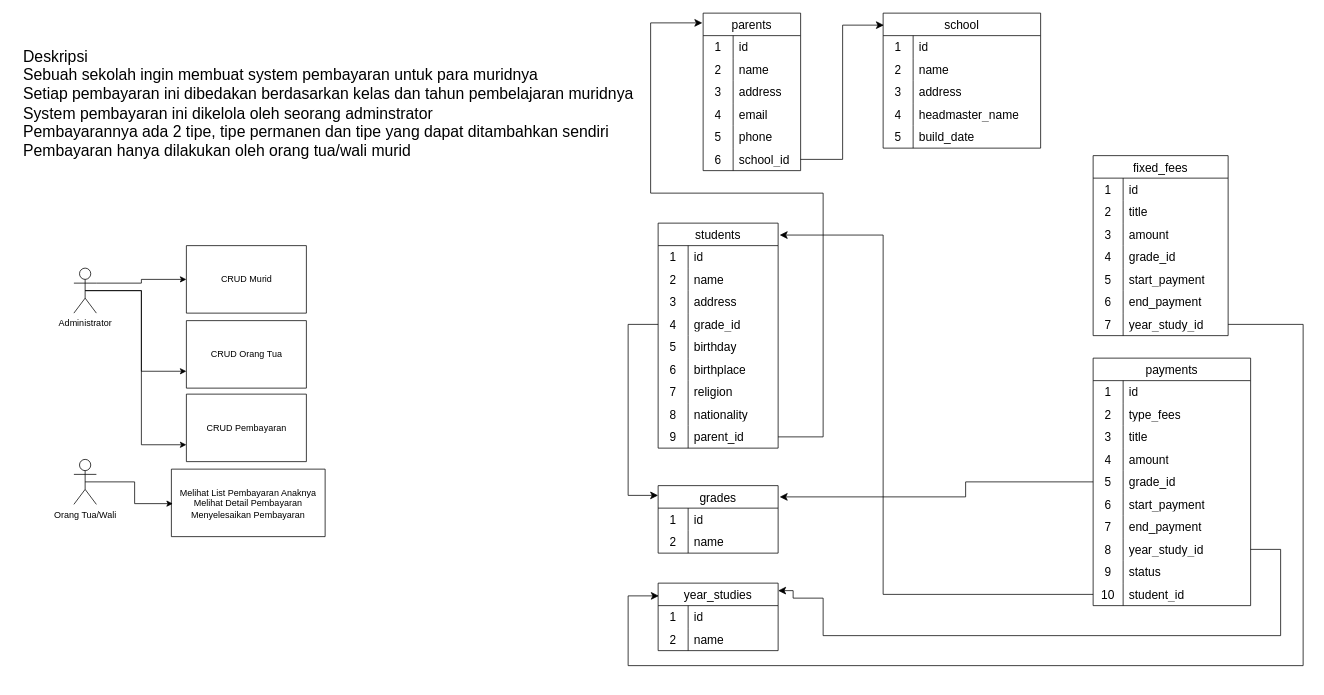
Before: school_plan_payment.drawio in hdinjos/hdinjos, a draw.io diagram. Source tidied: cells renumbered, new cells numbered last; positions are measured from the earlier drawing's top-left corner, leaving out a move shared by most shapes. Both pictures are drawn from the tidied source at 75%, with x=0, y=0 at pixel (13, 13).
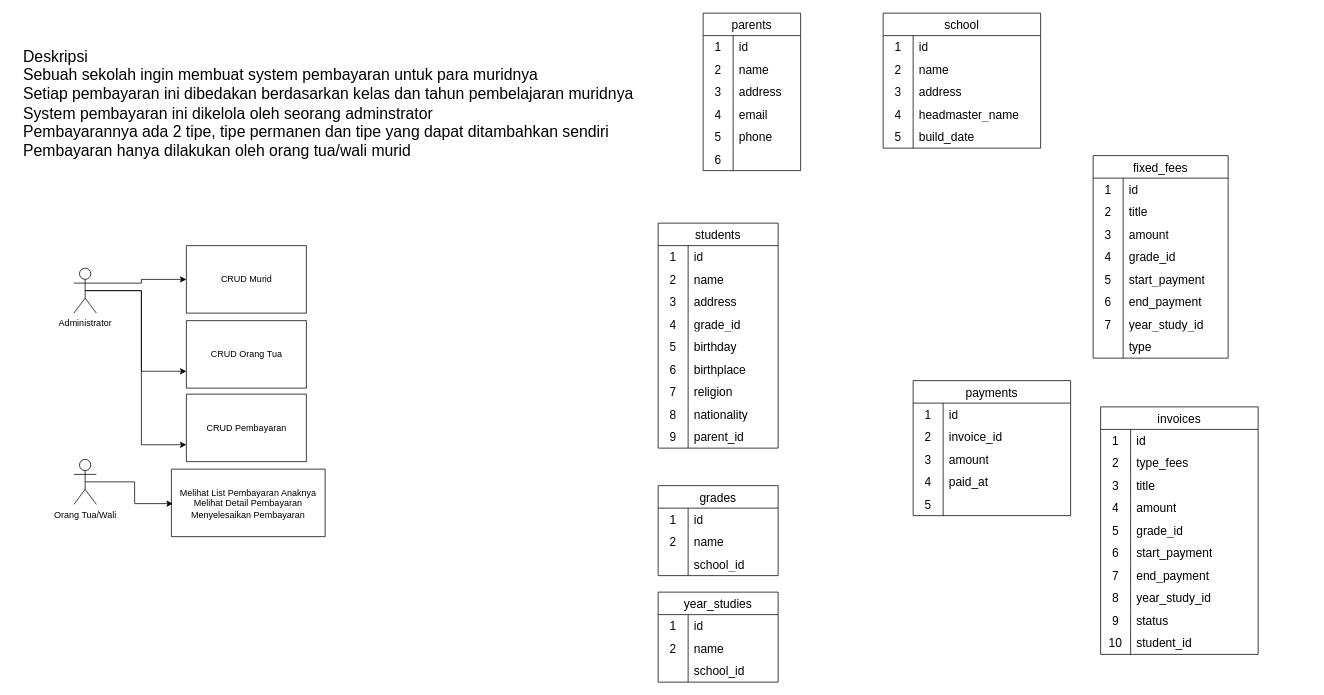
Above is the later version.

Unchanged cells that the change refers to:
```xml
<mxCell id="2" value="school" style="shape=table;startSize=30;childLayout=tableLayout;rowLines=0;fontStyle=0;strokeColor=default;fontSize=16;" parent="1" vertex="1">
  <mxGeometry x="1160" width="210" height="180" as="geometry" />
</mxCell>
<mxCell id="18" value="parents" style="shape=table;startSize=30;childLayout=tableLayout;rowLines=0;fontStyle=0;strokeColor=default;fontSize=16;" parent="1" vertex="1">
  <mxGeometry x="920" width="130" height="210" as="geometry" />
</mxCell>
<mxCell id="34" style="shape=tableRow;horizontal=0;startSize=0;swimlaneHead=0;swimlaneBody=0;top=0;left=0;bottom=0;right=0;fillColor=none;points=[[0,0.5],[1,0.5]];portConstraint=eastwest;strokeColor=inherit;fontSize=16;" parent="18" vertex="1">
  <mxGeometry y="180" width="130" height="30" as="geometry" />
</mxCell>
<mxCell id="37" value="students" style="shape=table;startSize=30;childLayout=tableLayout;rowLines=0;fontStyle=0;strokeColor=default;fontSize=16;" parent="1" vertex="1">
  <mxGeometry x="860" y="280" width="160" height="300" as="geometry" />
</mxCell>
<mxCell id="47" style="shape=tableRow;horizontal=0;startSize=0;swimlaneHead=0;swimlaneBody=0;top=0;left=0;bottom=0;right=0;fillColor=none;points=[[0,0.5],[1,0.5]];portConstraint=eastwest;strokeColor=inherit;fontSize=16;" parent="37" vertex="1">
  <mxGeometry y="120" width="160" height="30" as="geometry" />
</mxCell>
<mxCell id="62" style="shape=tableRow;horizontal=0;startSize=0;swimlaneHead=0;swimlaneBody=0;top=0;left=0;bottom=0;right=0;fillColor=none;points=[[0,0.5],[1,0.5]];portConstraint=eastwest;strokeColor=inherit;fontSize=16;" parent="37" vertex="1">
  <mxGeometry y="270" width="160" height="30" as="geometry" />
</mxCell>
<mxCell id="84" style="shape=tableRow;horizontal=0;startSize=0;swimlaneHead=0;swimlaneBody=0;top=0;left=0;bottom=0;right=0;fillColor=none;points=[[0,0.5],[1,0.5]];portConstraint=eastwest;strokeColor=inherit;fontSize=16;" parent="65" vertex="1">
  <mxGeometry y="210" width="180" height="30" as="geometry" />
</mxCell>
<mxCell id="107" style="shape=tableRow;horizontal=0;startSize=0;swimlaneHead=0;swimlaneBody=0;top=0;left=0;bottom=0;right=0;fillColor=none;points=[[0,0.5],[1,0.5]];portConstraint=eastwest;strokeColor=inherit;fontSize=16;" parent="94" vertex="1">
  <mxGeometry y="150" width="210" height="30" as="geometry" />
</mxCell>
<mxCell id="116" style="shape=tableRow;horizontal=0;startSize=0;swimlaneHead=0;swimlaneBody=0;top=0;left=0;bottom=0;right=0;fillColor=none;points=[[0,0.5],[1,0.5]];portConstraint=eastwest;strokeColor=inherit;fontSize=16;" parent="94" vertex="1">
  <mxGeometry y="240" width="210" height="30" as="geometry" />
</mxCell>
<mxCell id="122" style="shape=tableRow;horizontal=0;startSize=0;swimlaneHead=0;swimlaneBody=0;top=0;left=0;bottom=0;right=0;fillColor=none;points=[[0,0.5],[1,0.5]];portConstraint=eastwest;strokeColor=inherit;fontSize=16;" parent="94" vertex="1">
  <mxGeometry y="300" width="210" height="30" as="geometry" />
</mxCell>
```

What changed in the source:
```diff
@@
-    <mxCell id="36" value="school_id" style="shape=partialRectangle;html=1;whiteSpace=wrap;fillColor=none;top=0;left=0;bottom=0;right=0;align=left;spacingLeft=6;overflow=hidden;strokeColor=inherit;fontSize=16;" parent="34" vertex="1">
+    <mxCell id="36" style="shape=partialRectangle;html=1;whiteSpace=wrap;fillColor=none;top=0;left=0;bottom=0;right=0;align=left;spacingLeft=6;overflow=hidden;strokeColor=inherit;fontSize=16;" parent="34" vertex="1">
       <mxGeometry x="40" width="90" height="30" as="geometry" />
     </mxCell>
@@
     <mxCell id="65" value="fixed_fees" style="shape=table;startSize=30;childLayout=tableLayout;rowLines=0;fontStyle=0;strokeColor=default;fontSize=16;" parent="1" vertex="1">
-      <mxGeometry x="1440" y="190" width="180" height="240" as="geometry" />
+      <mxGeometry x="1440" y="190" width="180" height="270" as="geometry" />
     </mxCell>
@@
+    <mxCell id="154" style="shape=tableRow;horizontal=0;startSize=0;swimlaneHead=0;swimlaneBody=0;top=0;left=0;bottom=0;right=0;fillColor=none;strokeColor=inherit;fontSize=16;" parent="65" vertex="1">
+      <mxGeometry y="240" width="180" height="30" as="geometry" />
+    </mxCell>
+    <mxCell id="155" style="shape=partialRectangle;html=1;whiteSpace=wrap;fillColor=none;top=0;left=0;bottom=0;right=0;overflow=hidden;strokeColor=inherit;fontSize=16;align=center;" parent="154" vertex="1">
+      <mxGeometry width="40" height="30" as="geometry" />
+    </mxCell>
+    <mxCell id="156" value="type" style="shape=partialRectangle;html=1;whiteSpace=wrap;fillColor=none;top=0;left=0;bottom=0;right=0;align=left;spacingLeft=6;overflow=hidden;strokeColor=inherit;fontSize=16;" parent="154" vertex="1">
+      <mxGeometry x="40" width="140" height="30" as="geometry" />
+    </mxCell>
     <mxCell id="87" value="grades" style="shape=table;startSize=30;childLayout=tableLayout;rowLines=0;fontStyle=0;strokeColor=default;fontSize=16;" parent="1" vertex="1">
-      <mxGeometry x="860" y="630" width="160" height="90" as="geometry" />
+      <mxGeometry x="860" y="630" width="160" height="120" as="geometry" />
     </mxCell>
@@
+    <mxCell id="157" style="shape=tableRow;horizontal=0;startSize=0;swimlaneHead=0;swimlaneBody=0;top=0;left=0;bottom=0;right=0;fillColor=none;strokeColor=inherit;fontSize=16;" parent="87" vertex="1">
+      <mxGeometry y="90" width="160" height="30" as="geometry" />
+    </mxCell>
+    <mxCell id="158" style="shape=partialRectangle;html=1;whiteSpace=wrap;fillColor=none;top=0;left=0;bottom=0;right=0;overflow=hidden;strokeColor=inherit;fontSize=16;" parent="157" vertex="1">
+      <mxGeometry width="40" height="30" as="geometry" />
+    </mxCell>
+    <mxCell id="159" value="school_id" style="shape=partialRectangle;html=1;whiteSpace=wrap;fillColor=none;top=0;left=0;bottom=0;right=0;align=left;spacingLeft=6;overflow=hidden;strokeColor=inherit;fontSize=16;" parent="157" vertex="1">
+      <mxGeometry x="40" width="120" height="30" as="geometry" />
+    </mxCell>
-    <mxCell id="94" value="payments" style="shape=table;startSize=30;childLayout=tableLayout;rowLines=0;fontStyle=0;strokeColor=default;fontSize=16;" parent="1" vertex="1">
-      <mxGeometry x="1440" y="460" width="210" height="330" as="geometry" />
+    <mxCell id="94" value="invoices" style="shape=table;startSize=30;childLayout=tableLayout;rowLines=0;fontStyle=0;strokeColor=default;fontSize=16;" parent="1" vertex="1">
+      <mxGeometry x="1450" y="525" width="210" height="330" as="geometry" />
     </mxCell>
@@
     <mxCell id="125" value="year_studies" style="shape=table;startSize=30;childLayout=tableLayout;rowLines=0;fontStyle=0;strokeColor=default;fontSize=16;" parent="1" vertex="1">
-      <mxGeometry x="860" y="760" width="160" height="90" as="geometry" />
+      <mxGeometry x="860" y="772" width="160" height="120" as="geometry" />
     </mxCell>
@@
-    <mxCell id="132" style="edgeStyle=elbowEdgeStyle;elbow=horizontal;endArrow=classic;html=1;curved=0;rounded=0;endSize=8;startSize=8;exitX=1;exitY=0.5;exitDx=0;exitDy=0;entryX=0.005;entryY=0.089;entryDx=0;entryDy=0;entryPerimeter=0;" parent="1" edge="1" source="34" target="2">
-      <mxGeometry relative="1" as="geometry" />
-    </mxCell>
-    <mxCell id="133" style="edgeStyle=segmentEdgeStyle;endArrow=classic;html=1;curved=0;rounded=0;endSize=8;startSize=8;entryX=-0.008;entryY=0.062;entryDx=0;entryDy=0;entryPerimeter=0;exitX=1;exitY=0.5;exitDx=0;exitDy=0;" parent="1" edge="1" source="62" target="18">
-      <mxGeometry relative="1" as="geometry">
-        <Array as="points">
-          <mxPoint x="1080" y="565" />
-          <mxPoint x="1080" y="240" />
-          <mxPoint x="850" y="240" />
-          <mxPoint x="850" y="13" />
-        </Array>
-      </mxGeometry>
-    </mxCell>
-    <mxCell id="134" style="edgeStyle=segmentEdgeStyle;endArrow=classic;html=1;curved=0;rounded=0;endSize=8;startSize=8;exitX=0;exitY=0.5;exitDx=0;exitDy=0;" parent="1" edge="1" source="47">
-      <mxGeometry relative="1" as="geometry">
-        <mxPoint x="860" y="643" as="targetPoint" />
-        <Array as="points">
-          <mxPoint x="820" y="415" />
-          <mxPoint x="820" y="643" />
-        </Array>
-      </mxGeometry>
-    </mxCell>
-    <mxCell id="135" style="edgeStyle=segmentEdgeStyle;endArrow=classic;html=1;curved=0;rounded=0;endSize=8;startSize=8;exitX=0;exitY=0.5;exitDx=0;exitDy=0;entryX=1.013;entryY=0.053;entryDx=0;entryDy=0;entryPerimeter=0;" parent="1" edge="1" source="122" target="37">
-      <mxGeometry relative="1" as="geometry">
-        <Array as="points">
-          <mxPoint x="1160" y="775" />
-          <mxPoint x="1160" y="296" />
-        </Array>
-      </mxGeometry>
-    </mxCell>
-    <mxCell id="136" style="edgeStyle=segmentEdgeStyle;endArrow=classic;html=1;curved=0;rounded=0;endSize=8;startSize=8;exitX=0;exitY=0.5;exitDx=0;exitDy=0;entryX=1.013;entryY=0.167;entryDx=0;entryDy=0;entryPerimeter=0;" parent="1" edge="1" source="107" target="87">
-      <mxGeometry relative="1" as="geometry">
-        <Array as="points">
-          <mxPoint x="1270" y="625" />
-          <mxPoint x="1270" y="645" />
-        </Array>
-      </mxGeometry>
-    </mxCell>
-    <mxCell id="137" style="edgeStyle=segmentEdgeStyle;endArrow=classic;html=1;curved=0;rounded=0;endSize=8;startSize=8;exitX=1;exitY=0.5;exitDx=0;exitDy=0;entryX=0.006;entryY=0.189;entryDx=0;entryDy=0;entryPerimeter=0;" parent="1" edge="1" source="84" target="125">
-      <mxGeometry relative="1" as="geometry">
-        <Array as="points">
-          <mxPoint x="1720" y="415" />
-          <mxPoint x="1720" y="870" />
-          <mxPoint x="820" y="870" />
-          <mxPoint x="820" y="777" />
-        </Array>
-      </mxGeometry>
-    </mxCell>
-    <mxCell id="138" style="edgeStyle=segmentEdgeStyle;endArrow=classic;html=1;curved=0;rounded=0;endSize=8;startSize=8;exitX=1;exitY=0.5;exitDx=0;exitDy=0;" parent="1" edge="1" source="116">
-      <mxGeometry relative="1" as="geometry">
-        <mxPoint x="1020" y="770" as="targetPoint" />
-        <Array as="points">
-          <mxPoint x="1690" y="715" />
-          <mxPoint x="1690" y="830" />
-          <mxPoint x="1080" y="830" />
-          <mxPoint x="1080" y="780" />
-          <mxPoint x="1040" y="780" />
-          <mxPoint x="1040" y="770" />
-        </Array>
-      </mxGeometry>
-    </mxCell>
+    <mxCell id="160" style="shape=tableRow;horizontal=0;startSize=0;swimlaneHead=0;swimlaneBody=0;top=0;left=0;bottom=0;right=0;fillColor=none;strokeColor=inherit;fontSize=16;" parent="125" vertex="1">
+      <mxGeometry y="90" width="160" height="30" as="geometry" />
+    </mxCell>
+    <mxCell id="161" style="shape=partialRectangle;html=1;whiteSpace=wrap;fillColor=none;top=0;left=0;bottom=0;right=0;overflow=hidden;strokeColor=inherit;fontSize=16;" parent="160" vertex="1">
+      <mxGeometry width="40" height="30" as="geometry" />
+    </mxCell>
+    <mxCell id="162" value="school_id" style="shape=partialRectangle;html=1;whiteSpace=wrap;fillColor=none;top=0;left=0;bottom=0;right=0;align=left;spacingLeft=6;overflow=hidden;strokeColor=inherit;fontSize=16;" parent="160" vertex="1">
+      <mxGeometry x="40" width="120" height="30" as="geometry" />
+    </mxCell>
@@
+    <mxCell id="163" value="payments" style="shape=table;startSize=30;childLayout=tableLayout;rowLines=0;fontStyle=0;strokeColor=default;fontSize=16;" parent="1" vertex="1">
+      <mxGeometry x="1200" y="490" width="210" height="180" as="geometry" />
+    </mxCell>
+    <mxCell id="164" style="shape=tableRow;horizontal=0;startSize=0;swimlaneHead=0;swimlaneBody=0;top=0;left=0;bottom=0;right=0;fillColor=none;strokeColor=inherit;fontSize=16;" parent="163" vertex="1">
+      <mxGeometry y="30" width="210" height="30" as="geometry" />
+    </mxCell>
+    <mxCell id="165" value="1" style="shape=partialRectangle;html=1;whiteSpace=wrap;fillColor=none;top=0;left=0;bottom=0;right=0;overflow=hidden;strokeColor=inherit;fontSize=16;" parent="164" vertex="1">
+      <mxGeometry width="40" height="30" as="geometry" />
+    </mxCell>
+    <mxCell id="166" value="id" style="shape=partialRectangle;html=1;whiteSpace=wrap;fillColor=none;top=0;left=0;bottom=0;right=0;align=left;spacingLeft=6;overflow=hidden;strokeColor=inherit;fontSize=16;" parent="164" vertex="1">
+      <mxGeometry x="40" width="170" height="30" as="geometry" />
+    </mxCell>
+    <mxCell id="167" style="shape=tableRow;horizontal=0;startSize=0;swimlaneHead=0;swimlaneBody=0;top=0;left=0;bottom=0;right=0;fillColor=none;strokeColor=inherit;fontSize=16;" parent="163" vertex="1">
+      <mxGeometry y="60" width="210" height="30" as="geometry" />
+    </mxCell>
+    <mxCell id="168" value="2" style="shape=partialRectangle;html=1;whiteSpace=wrap;fillColor=none;top=0;left=0;bottom=0;right=0;overflow=hidden;strokeColor=inherit;fontSize=16;" parent="167" vertex="1">
+      <mxGeometry width="40" height="30" as="geometry" />
+    </mxCell>
+    <mxCell id="169" value="invoice_id" style="shape=partialRectangle;html=1;whiteSpace=wrap;fillColor=none;top=0;left=0;bottom=0;right=0;align=left;spacingLeft=6;overflow=hidden;strokeColor=inherit;fontSize=16;" parent="167" vertex="1">
+      <mxGeometry x="40" width="170" height="30" as="geometry" />
+    </mxCell>
+    <mxCell id="170" style="shape=tableRow;horizontal=0;startSize=0;swimlaneHead=0;swimlaneBody=0;top=0;left=0;bottom=0;right=0;fillColor=none;strokeColor=inherit;fontSize=16;" parent="163" vertex="1">
+      <mxGeometry y="90" width="210" height="30" as="geometry" />
+    </mxCell>
+    <mxCell id="171" value="3" style="shape=partialRectangle;html=1;whiteSpace=wrap;fillColor=none;top=0;left=0;bottom=0;right=0;overflow=hidden;strokeColor=inherit;fontSize=16;" parent="170" vertex="1">
+      <mxGeometry width="40" height="30" as="geometry" />
+    </mxCell>
+    <mxCell id="172" value="amount" style="shape=partialRectangle;html=1;whiteSpace=wrap;fillColor=none;top=0;left=0;bottom=0;right=0;align=left;spacingLeft=6;overflow=hidden;strokeColor=inherit;fontSize=16;" parent="170" vertex="1">
+      <mxGeometry x="40" width="170" height="30" as="geometry" />
+    </mxCell>
+    <mxCell id="173" style="shape=tableRow;horizontal=0;startSize=0;swimlaneHead=0;swimlaneBody=0;top=0;left=0;bottom=0;right=0;fillColor=none;strokeColor=inherit;fontSize=16;" parent="163" vertex="1">
+      <mxGeometry y="120" width="210" height="30" as="geometry" />
+    </mxCell>
+    <mxCell id="174" value="4" style="shape=partialRectangle;html=1;whiteSpace=wrap;fillColor=none;top=0;left=0;bottom=0;right=0;overflow=hidden;strokeColor=inherit;fontSize=16;" parent="173" vertex="1">
+      <mxGeometry width="40" height="30" as="geometry" />
+    </mxCell>
+    <mxCell id="175" value="paid_at" style="shape=partialRectangle;html=1;whiteSpace=wrap;fillColor=none;top=0;left=0;bottom=0;right=0;align=left;spacingLeft=6;overflow=hidden;strokeColor=inherit;fontSize=16;" parent="173" vertex="1">
+      <mxGeometry x="40" width="170" height="30" as="geometry" />
+    </mxCell>
+    <mxCell id="176" style="shape=tableRow;horizontal=0;startSize=0;swimlaneHead=0;swimlaneBody=0;top=0;left=0;bottom=0;right=0;fillColor=none;strokeColor=inherit;fontSize=16;" parent="163" vertex="1">
+      <mxGeometry y="150" width="210" height="30" as="geometry" />
+    </mxCell>
+    <mxCell id="177" value="&lt;div align=&quot;center&quot;&gt;5&lt;/div&gt;" style="shape=partialRectangle;html=1;whiteSpace=wrap;fillColor=none;top=0;left=0;bottom=0;right=0;overflow=hidden;strokeColor=inherit;fontSize=16;align=center;" parent="176" vertex="1">
+      <mxGeometry width="40" height="30" as="geometry" />
+    </mxCell>
+    <mxCell id="178" style="shape=partialRectangle;html=1;whiteSpace=wrap;fillColor=none;top=0;left=0;bottom=0;right=0;align=left;spacingLeft=6;overflow=hidden;strokeColor=inherit;fontSize=16;" parent="176" vertex="1">
+      <mxGeometry x="40" width="170" height="30" as="geometry" />
+    </mxCell>
```
